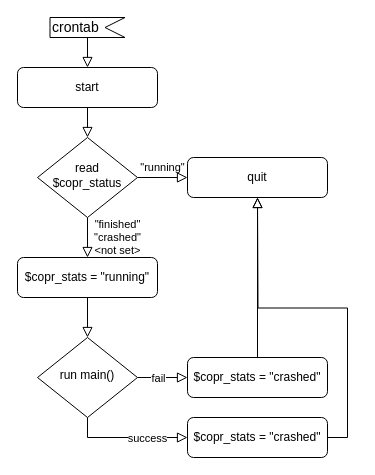
This is page "Quit Mechanism" (10 of 10) of diagrams.drawio from DannyDannyDanny/methodology, a draw.io file, before an edit. Source tidied: cells renumbered, new cells numbered last; positions are measured from the earlier drawing's top-left corner, leaving out a move shared by most shapes. Both pictures are drawn from the tidied source at 100%, with x=0, y=0 at pixel (17, 17).
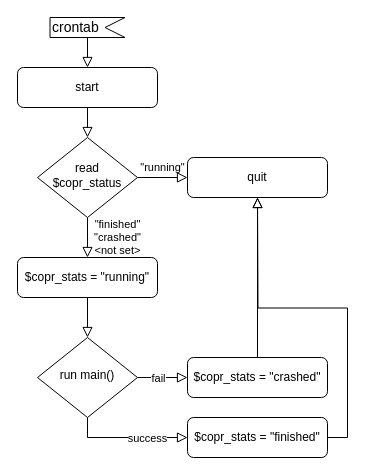
Above is the later version.

Commit message:
Fix success-output to finished

What changed in the source:
```diff
@@
-    <mxCell id="18" value="$copr_stats = &quot;crashed&quot;" style="rounded=1;whiteSpace=wrap;html=1;fontSize=12;glass=0;strokeWidth=1;shadow=0;" parent="1" vertex="1">
+    <mxCell id="18" value="$copr_stats = &quot;finished&quot;" style="rounded=1;whiteSpace=wrap;html=1;fontSize=12;glass=0;strokeWidth=1;shadow=0;" parent="1" vertex="1">
       <mxGeometry x="170" y="400" width="140" height="40" as="geometry" />
     </mxCell>
```
